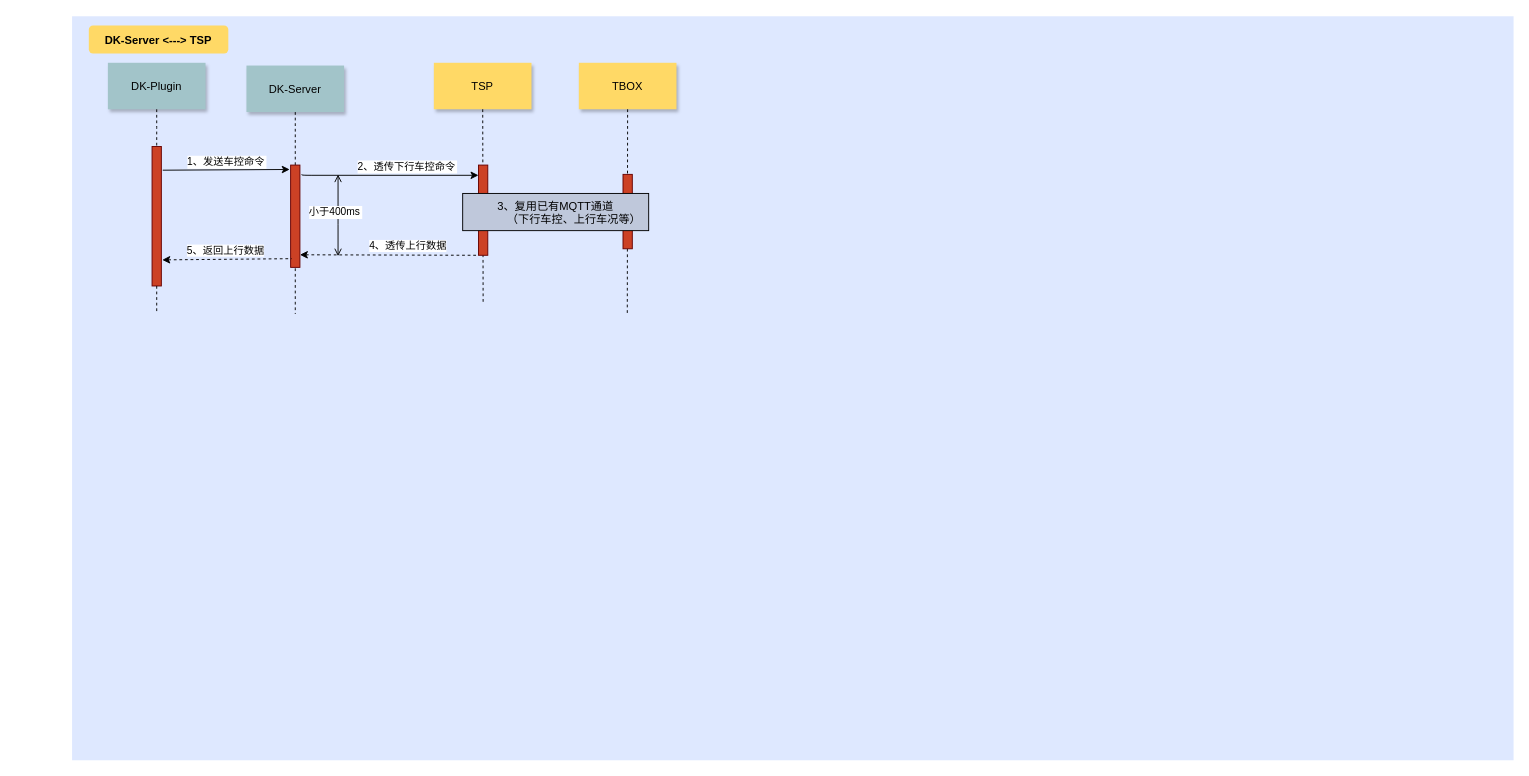
jianguocong/chart keeps this draw.io diagram as A02-Dk-Tsp.drawio. Above is the earlier version. Source tidied: cells renumbered, new cells numbered last; positions are measured from the earlier drawing's top-left corner, leaving out a move shared by most shapes. Both pictures are drawn from the tidied source at 93%, with x=0, y=0 at pixel (72, 16).
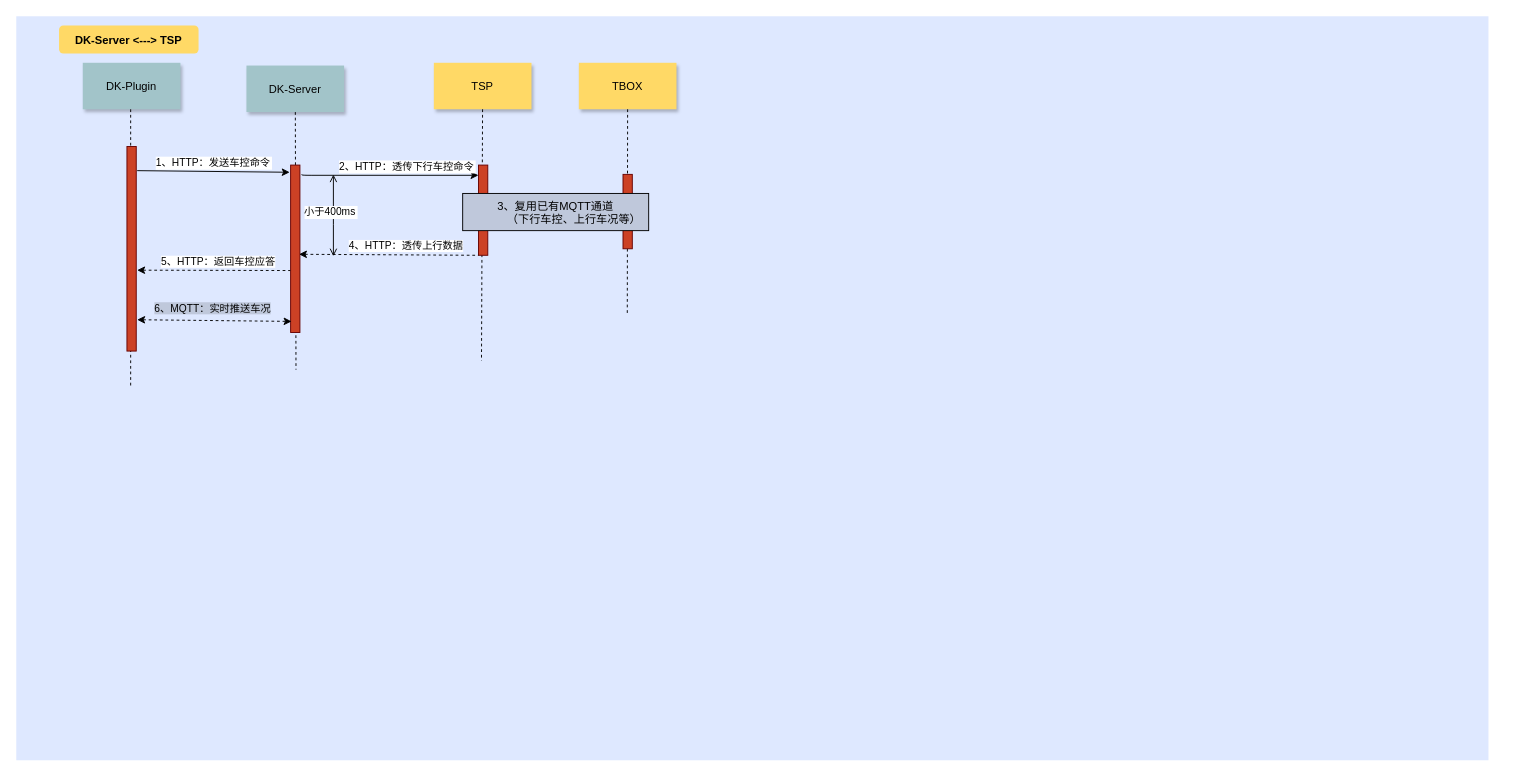
The same diagram, later.

The change refers to these unchanged cells:
```xml
<mxCell id="5" value="DK-Server" style="shadow=1;fillColor=#A2C4C9;strokeColor=none;" parent="1" vertex="1">
  <mxGeometry x="187.5" y="53" width="105" height="50" as="geometry" />
</mxCell>
<mxCell id="11" value="TSP" style="shadow=1;fillColor=#FFD966;strokeColor=none;" parent="1" vertex="1">
  <mxGeometry x="389" y="50" width="105" height="50" as="geometry" />
</mxCell>
<mxCell id="13" style="fillColor=#CC4125;strokeColor=#660000;" parent="1" vertex="1">
  <mxGeometry x="437" y="160" width="10" height="97" as="geometry" />
</mxCell>
```

Diff of the diagram source:
```diff
@@
     <mxCell id="2" style="fillColor=#DEE8FF;strokeColor=none;" parent="1" vertex="1">
-      <mxGeometry width="1550" height="800" as="geometry" />
+      <mxGeometry x="-60" width="1583" height="800" as="geometry" />
     </mxCell>
-    <mxCell id="3" style="fillColor=#CC4125;strokeColor=#660000;" parent="1" vertex="1">
-      <mxGeometry x="86" y="140" width="10" height="150" as="geometry" />
-    </mxCell>
     <mxCell id="4" value="DK-Plugin" style="shadow=1;fillColor=#A2C4C9;strokeColor=none;" parent="1" vertex="1">
-      <mxGeometry x="38.5" y="50" width="105" height="50" as="geometry" />
+      <mxGeometry x="11.5" y="50" width="105" height="50" as="geometry" />
     </mxCell>
@@
-    <mxCell id="6" style="edgeStyle=none;endArrow=none;dashed=1;" parent="1" edge="1" source="5">
-      <mxGeometry x="224.8" y="168" as="geometry">
-        <mxPoint x="240" y="320" as="targetPoint" />
-      </mxGeometry>
+    <mxCell id="6" style="edgeStyle=none;endArrow=none;dashed=1;entryX=0.19;entryY=0.475;entryDx=0;entryDy=0;entryPerimeter=0;" parent="1" edge="1" source="5" target="2">
+      <mxGeometry x="224.8" y="168" as="geometry" />
     </mxCell>
     <mxCell id="7" style="fillColor=#CC4125;strokeColor=#660000;" parent="1" vertex="1">
-      <mxGeometry x="235" y="160" width="10" height="110" as="geometry" />
+      <mxGeometry x="235" y="160" width="10" height="180" as="geometry" />
     </mxCell>
-    <mxCell id="8" value="1、发送车控命令" style="edgeStyle=none;verticalLabelPosition=top;verticalAlign=bottom;entryX=-0.1;entryY=0.043;entryDx=0;entryDy=0;entryPerimeter=0;exitX=1.15;exitY=0.17;exitDx=0;exitDy=0;exitPerimeter=0;" parent="1" edge="1" source="3" target="7">
-      <mxGeometry x="220" y="92" as="geometry" />
+    <mxCell id="8" value="1、HTTP：发送车控命令" style="edgeStyle=none;verticalLabelPosition=top;verticalAlign=bottom;entryX=-0.1;entryY=0.043;entryDx=0;entryDy=0;entryPerimeter=0;" parent="1" edge="1" target="7">
+      <mxGeometry x="220" y="92" as="geometry">
+        <mxPoint x="70" y="166" as="sourcePoint" />
+      </mxGeometry>
     </mxCell>
+    <mxCell id="15" style="edgeStyle=elbowEdgeStyle;elbow=horizontal;endArrow=none;dashed=1;entryX=0.078;entryY=0.5;entryDx=0;entryDy=0;entryPerimeter=0;" parent="1" edge="1" source="4" target="2">
+      <mxGeometry x="230" y="310" as="geometry" />
+    </mxCell>
-    <mxCell id="9" style="edgeStyle=none;verticalLabelPosition=top;verticalAlign=bottom;endArrow=none;startArrow=classic;dashed=1;entryX=0.1;entryY=0.915;entryDx=0;entryDy=0;entryPerimeter=0;exitX=1.1;exitY=0.813;exitDx=0;exitDy=0;exitPerimeter=0;" parent="1" edge="1" source="3" target="7">
-      <mxGeometry x="220" y="172.3" as="geometry" />
+    <mxCell id="9" style="edgeStyle=none;verticalLabelPosition=top;verticalAlign=bottom;endArrow=classic;startArrow=classic;dashed=1;entryX=0.1;entryY=0.915;entryDx=0;entryDy=0;entryPerimeter=0;exitX=1.1;exitY=0.813;exitDx=0;exitDy=0;exitPerimeter=0;endFill=1;" parent="1" edge="1">
+      <mxGeometry x="220" y="212.3" as="geometry">
+        <mxPoint x="70" y="326.3" as="sourcePoint" />
+        <mxPoint x="236" y="328.1" as="targetPoint" />
+      </mxGeometry>
     </mxCell>
-    <mxCell id="10" value="5、返回上行数据" style="edgeLabel;html=1;align=center;verticalAlign=middle;" parent="9" vertex="1">
+    <mxCell id="10" value="6、MQTT：实时推送车况" style="edgeLabel;html=1;align=center;verticalAlign=middle;labelBackgroundColor=#BFC8DB;" parent="9" vertex="1">
       <mxGeometry relative="1" as="geometry">
-        <mxPoint x="-2" y="-10" as="offset" />
+        <mxPoint x="-2" y="-14" as="offset" />
       </mxGeometry>
     </mxCell>
+    <mxCell id="3" style="fillColor=#CC4125;strokeColor=#660000;" parent="1" vertex="1">
+      <mxGeometry x="59" y="140" width="10" height="220" as="geometry" />
+    </mxCell>
@@
-    <mxCell id="12" style="edgeStyle=none;endArrow=none;dashed=1;" parent="1" edge="1" source="11">
-      <mxGeometry x="614.5" y="175" as="geometry">
-        <mxPoint x="442" y="310" as="targetPoint" />
-      </mxGeometry>
+    <mxCell id="12" style="edgeStyle=none;endArrow=none;dashed=1;entryX=0.316;entryY=0.463;entryDx=0;entryDy=0;entryPerimeter=0;" parent="1" edge="1" source="11" target="2">
+      <mxGeometry x="614.5" y="175" as="geometry" />
     </mxCell>
@@
-    <mxCell id="15" style="edgeStyle=elbowEdgeStyle;elbow=horizontal;endArrow=none;dashed=1;" parent="1" edge="1" source="4" target="3">
-      <mxGeometry x="230" y="310" as="geometry" />
-    </mxCell>
-    <mxCell id="16" value="2、透传下行车控命令" style="edgeStyle=elbowEdgeStyle;elbow=vertical;verticalLabelPosition=top;verticalAlign=bottom;entryX=0.3;entryY=0.113;entryDx=0;entryDy=0;entryPerimeter=0;exitX=1.5;exitY=0.091;exitDx=0;exitDy=0;exitPerimeter=0;" parent="1" edge="1">
+    <mxCell id="16" value="2、HTTP：透传下行车控命令" style="edgeStyle=elbowEdgeStyle;elbow=vertical;verticalLabelPosition=top;verticalAlign=bottom;entryX=0.3;entryY=0.113;entryDx=0;entryDy=0;entryPerimeter=0;exitX=1.5;exitY=0.091;exitDx=0;exitDy=0;exitPerimeter=0;" parent="1" edge="1">
       <mxGeometry as="geometry">
         <mxPoint x="247" y="170" as="sourcePoint" />
         <mxPoint x="437" y="171" as="targetPoint" />
         <mxPoint x="18" as="offset" />
       </mxGeometry>
     </mxCell>
-    <mxCell id="17" style="edgeStyle=none;dashed=1;endArrow=none;" parent="1" edge="1" source="3">
-      <mxGeometry x="-4" y="300" as="geometry">
-        <mxPoint x="91" y="320" as="targetPoint" />
-      </mxGeometry>
-    </mxCell>
     <mxCell id="18" value="DK-Server &lt;---&gt; TSP" style="rounded=1;fontStyle=1;fillColor=#FFD966;strokeColor=none;" parent="1" vertex="1">
-      <mxGeometry x="18" y="10" width="150" height="30" as="geometry" />
+      <mxGeometry x="-14" y="10" width="150" height="30" as="geometry" />
     </mxCell>
     <mxCell id="19" value="小于400ms" style="edgeStyle=elbowEdgeStyle;elbow=horizontal;startArrow=open;endArrow=open;labelPosition=left;align=right;" parent="1" edge="1">
-      <mxGeometry x="-8" as="geometry">
-        <mxPoint x="286" y="170.2" as="sourcePoint" />
-        <mxPoint x="286" y="258" as="targetPoint" />
+      <mxGeometry x="-13" as="geometry">
+        <mxPoint x="281" y="170.2" as="sourcePoint" />
+        <mxPoint x="281" y="258" as="targetPoint" />
         <mxPoint x="26" y="-4" as="offset" />
       </mxGeometry>
     </mxCell>
-    <mxCell id="20" style="edgeStyle=none;verticalLabelPosition=top;verticalAlign=bottom;endArrow=none;startArrow=classic;dashed=1;entryX=0;entryY=1;entryDx=0;entryDy=0;exitX=1;exitY=0.877;exitDx=0;exitDy=0;exitPerimeter=0;" parent="1" edge="1" source="7" target="13">
+    <mxCell id="20" style="edgeStyle=none;verticalLabelPosition=top;verticalAlign=bottom;endArrow=none;startArrow=classic;dashed=1;entryX=0;entryY=1;entryDx=0;entryDy=0;exitX=0.9;exitY=0.533;exitDx=0;exitDy=0;exitPerimeter=0;" parent="1" edge="1" source="7" target="13">
       <mxGeometry x="377" y="166.5" as="geometry" />
     </mxCell>
-    <mxCell id="21" value="4、透传上行数据" style="edgeLabel;html=1;align=center;verticalAlign=middle;" parent="20" vertex="1">
+    <mxCell id="21" value="4、HTTP：透传上行数据" style="edgeLabel;html=1;align=center;verticalAlign=middle;" parent="20" vertex="1">
       <mxGeometry relative="1" as="geometry">
-        <mxPoint x="20" y="-10" as="offset" />
+        <mxPoint x="18" y="-10" as="offset" />
       </mxGeometry>
     </mxCell>
@@
+    <mxCell id="25" style="edgeStyle=none;verticalLabelPosition=top;verticalAlign=bottom;endArrow=none;startArrow=classic;dashed=1;entryX=-0.033;entryY=0.63;entryDx=0;entryDy=0;entryPerimeter=0;" parent="1" edge="1" target="7">
+      <mxGeometry x="200.7" y="176.5" as="geometry">
+        <mxPoint x="70" y="273" as="sourcePoint" />
+      </mxGeometry>
+    </mxCell>
+    <mxCell id="26" value="5、HTTP：返回车控应答" style="edgeLabel;html=1;align=center;verticalAlign=middle;" parent="25" vertex="1">
+      <mxGeometry relative="1" as="geometry">
+        <mxPoint x="5" y="-10" as="offset" />
+      </mxGeometry>
+    </mxCell>
```
